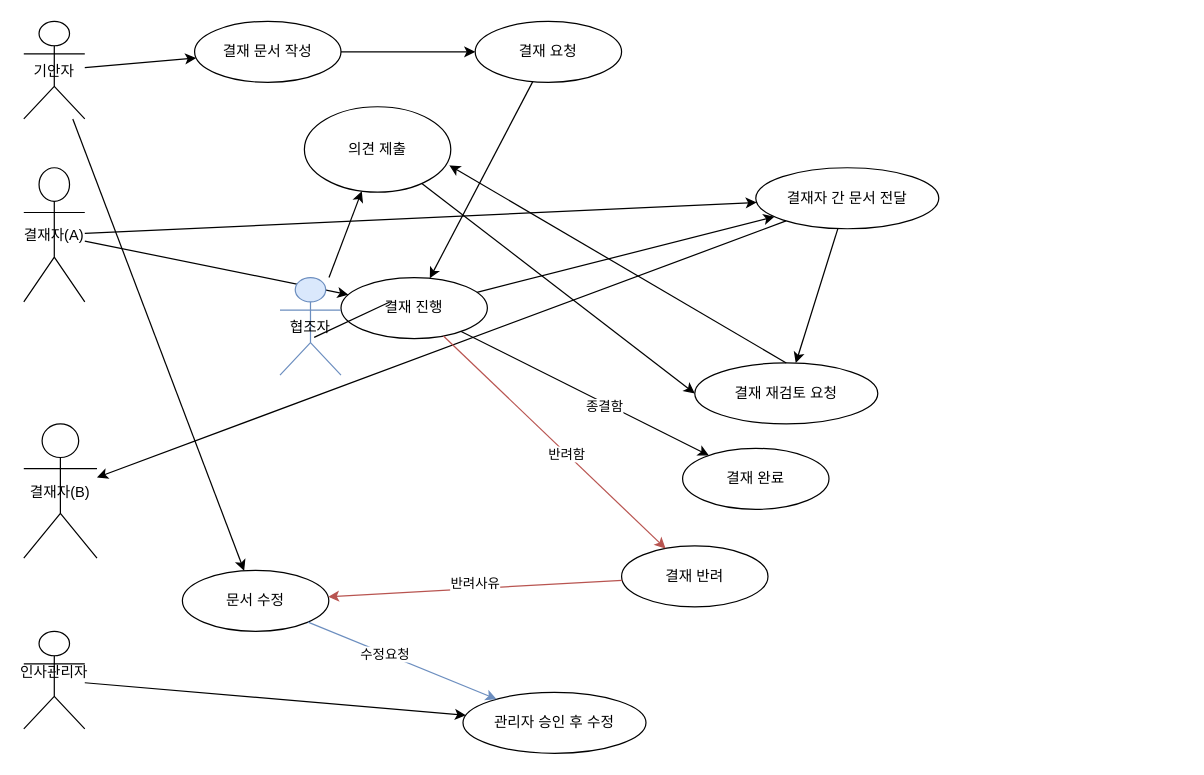
Before: document/다이어그램 결재함관리2.drawio in sunday1284/jsp_spring02, a draw.io diagram. Source tidied: cells renumbered, new cells numbered last; positions are measured from the earlier drawing's top-left corner, leaving out a move shared by most shapes. Both pictures are drawn from the tidied source at 122%, with x=0, y=0 at pixel (23, 21).
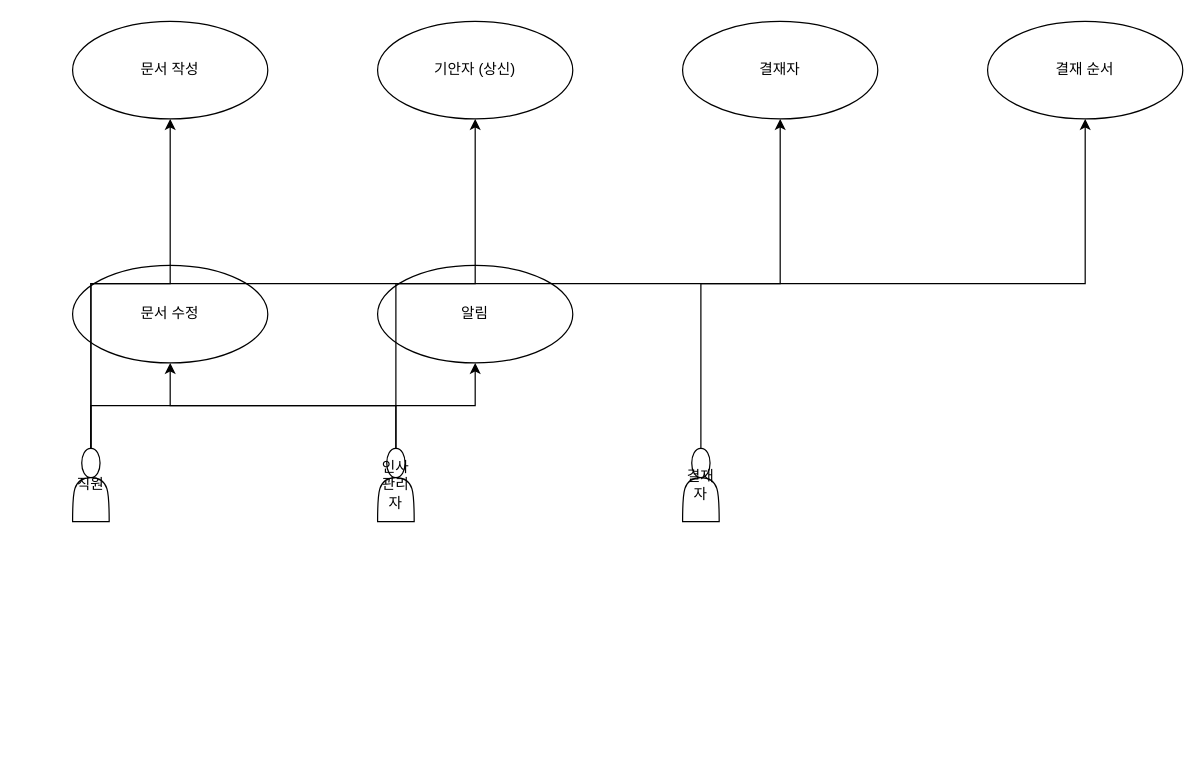
Above is the later version.

Commit message:
Update 다이어그램 결재함관리2.drawio

Change to the diagram source:
```diff
@@
-    <mxCell id="2" value="기안자" style="shape=umlActor;" parent="1" vertex="1">
-      <mxGeometry width="50" height="80" as="geometry" />
-    </mxCell>
-    <mxCell id="3" value="결재자(A)" style="shape=umlActor;" parent="1" vertex="1">
-      <mxGeometry y="120" width="50" height="110" as="geometry" />
-    </mxCell>
-    <mxCell id="4" value="결재자(B)" style="shape=umlActor;" parent="1" vertex="1">
-      <mxGeometry y="330" width="60" height="110" as="geometry" />
-    </mxCell>
+    <mxCell id="39" value="문서 작성" style="shape=ellipse;whiteSpace=wrap;html=1;" parent="1" vertex="1">
+      <mxGeometry x="40" width="160" height="80" as="geometry" />
+    </mxCell>
+    <mxCell id="40" value="기안자 (상신)" style="shape=ellipse;whiteSpace=wrap;html=1;" parent="1" vertex="1">
+      <mxGeometry x="290" width="160" height="80" as="geometry" />
+    </mxCell>
+    <mxCell id="41" value="결재자" style="shape=ellipse;whiteSpace=wrap;html=1;" parent="1" vertex="1">
+      <mxGeometry x="540" width="160" height="80" as="geometry" />
+    </mxCell>
+    <mxCell id="42" value="결재 순서" style="shape=ellipse;whiteSpace=wrap;html=1;" parent="1" vertex="1">
+      <mxGeometry x="790" width="160" height="80" as="geometry" />
+    </mxCell>
+    <mxCell id="25" value="문서 수정" style="shape=ellipse;whiteSpace=wrap;html=1;" parent="1" vertex="1">
+      <mxGeometry x="40" y="200" width="160" height="80" as="geometry" />
+    </mxCell>
+    <mxCell id="43" value="알림" style="shape=ellipse;whiteSpace=wrap;html=1;" parent="1" vertex="1">
+      <mxGeometry x="290" y="200" width="160" height="80" as="geometry" />
+    </mxCell>
+    <mxCell id="44" value="직원" style="shape=actor;whiteSpace=wrap;html=1;" parent="1" vertex="1">
+      <mxGeometry x="40" y="350" width="30" height="60" as="geometry" />
+    </mxCell>
-    <mxCell id="5" value="인사관리자&#10;" style="shape=umlActor;" parent="1" vertex="1">
-      <mxGeometry y="500" width="50" height="80" as="geometry" />
+    <mxCell id="5" value="인사관리자" style="shape=actor;whiteSpace=wrap;html=1;" parent="1" vertex="1">
+      <mxGeometry x="290" y="350" width="30" height="60" as="geometry" />
     </mxCell>
-    <mxCell id="6" value="결재 문서 작성" style="ellipse;whiteSpace=wrap;html=1;" parent="1" vertex="1">
-      <mxGeometry x="140" width="120" height="50" as="geometry" />
-    </mxCell>
-    <mxCell id="7" parent="1" edge="1" source="2" target="6">
-      <mxGeometry relative="1" as="geometry" />
-    </mxCell>
-    <mxCell id="8" value="결재 요청" style="ellipse;whiteSpace=wrap;html=1;" parent="1" vertex="1">
-      <mxGeometry x="370" width="120" height="50" as="geometry" />
-    </mxCell>
-    <mxCell id="9" parent="1" edge="1" source="6" target="8">
-      <mxGeometry relative="1" as="geometry" />
-    </mxCell>
-    <mxCell id="10" value="결재 진행" style="ellipse;whiteSpace=wrap;html=1;" parent="1" vertex="1">
-      <mxGeometry x="260" y="210" width="120" height="50" as="geometry" />
-    </mxCell>
-    <mxCell id="11" parent="1" edge="1" source="8" target="10">
-      <mxGeometry relative="1" as="geometry" />
-    </mxCell>
-    <mxCell id="12" parent="1" edge="1" source="3" target="10">
-      <mxGeometry relative="1" as="geometry" />
-    </mxCell>
-    <mxCell id="13" value="결재자 간 문서 전달" style="ellipse;whiteSpace=wrap;html=1;" parent="1" vertex="1">
-      <mxGeometry x="600" y="120" width="150" height="50" as="geometry" />
-    </mxCell>
-    <mxCell id="14" parent="1" edge="1" source="10" target="13">
-      <mxGeometry relative="1" as="geometry" />
-    </mxCell>
-    <mxCell id="15" parent="1" edge="1" source="3" target="13">
-      <mxGeometry relative="1" as="geometry" />
-    </mxCell>
-    <mxCell id="16" parent="1" edge="1" source="13" target="4">
-      <mxGeometry relative="1" as="geometry" />
-    </mxCell>
-    <mxCell id="17" value="결재 재검토 요청" style="ellipse;whiteSpace=wrap;html=1;" parent="1" vertex="1">
-      <mxGeometry x="550" y="280" width="150" height="50" as="geometry" />
-    </mxCell>
-    <mxCell id="18" parent="1" edge="1" source="13" target="17">
-      <mxGeometry relative="1" as="geometry" />
-    </mxCell>
-    <mxCell id="19" value="결재 완료" style="ellipse;whiteSpace=wrap;html=1;" parent="1" vertex="1">
-      <mxGeometry x="540" y="350" width="120" height="50" as="geometry" />
-    </mxCell>
-    <mxCell id="20" parent="1" edge="1" source="10" target="19">
-      <mxGeometry relative="1" as="geometry" />
-    </mxCell>
-    <mxCell id="21" value="종결함" style="edgeLabel;html=1;align=center;verticalAlign=middle;" parent="20" vertex="1">
-      <mxGeometry x="0.16" y="-2" relative="1" as="geometry" />
-    </mxCell>
-    <mxCell id="22" value="결재 반려" style="ellipse;whiteSpace=wrap;html=1;" parent="1" vertex="1">
-      <mxGeometry x="490" y="430" width="120" height="50" as="geometry" />
-    </mxCell>
-    <mxCell id="23" style="fillColor=#f8cecc;strokeColor=#b85450;" parent="1" edge="1" source="10" target="22">
-      <mxGeometry relative="1" as="geometry" />
-    </mxCell>
-    <mxCell id="24" value="반려함" style="edgeLabel;html=1;align=center;verticalAlign=middle;" parent="23" vertex="1">
-      <mxGeometry x="0.1" relative="1" as="geometry" />
-    </mxCell>
-    <mxCell id="25" value="문서 수정" style="ellipse;whiteSpace=wrap;html=1;" parent="1" vertex="1">
-      <mxGeometry x="130" y="450" width="120" height="50" as="geometry" />
-    </mxCell>
-    <mxCell id="26" parent="1" edge="1" source="2" target="25">
-      <mxGeometry relative="1" as="geometry" />
-    </mxCell>
-    <mxCell id="27" style="fillColor=#f8cecc;strokeColor=#b85450;" parent="1" edge="1" source="22" target="25">
-      <mxGeometry relative="1" as="geometry" />
-    </mxCell>
-    <mxCell id="28" value="반려사유" style="edgeLabel;html=1;align=center;verticalAlign=middle;" parent="27" vertex="1">
-      <mxGeometry x="0.03" y="5" relative="1" as="geometry">
-        <mxPoint x="3" y="-10" as="offset" />
-      </mxGeometry>
-    </mxCell>
-    <mxCell id="29" value="관리자 승인 후 수정" style="ellipse;whiteSpace=wrap;html=1;" parent="1" vertex="1">
-      <mxGeometry x="360" y="550" width="150" height="50" as="geometry" />
-    </mxCell>
-    <mxCell id="30" style="fillColor=#dae8fc;strokeColor=#6c8ebf;" parent="1" edge="1" source="25" target="29">
-      <mxGeometry relative="1" as="geometry" />
-    </mxCell>
-    <mxCell id="31" value="수정요청" style="edgeLabel;html=1;align=center;verticalAlign=middle;" parent="30" vertex="1">
-      <mxGeometry x="-0.19" relative="1" as="geometry" />
-    </mxCell>
-    <mxCell id="32" parent="1" edge="1" source="5" target="29">
-      <mxGeometry relative="1" as="geometry" />
-    </mxCell>
-    <mxCell id="33" value="협조자" style="shape=umlActor;fillColor=#dae8fc;strokeColor=#6c8ebf;" parent="1" vertex="1">
-      <mxGeometry x="210" y="210" width="50" height="80" as="geometry" />
-    </mxCell>
-    <mxCell id="34" value="의견 제출" style="ellipse;whiteSpace=wrap;html=1;" parent="1" vertex="1">
-      <mxGeometry x="230" y="70" width="120" height="70" as="geometry" />
-    </mxCell>
-    <mxCell id="35" style="endArrow=classic;html=1;rounded=0;exitX=0.5;exitY=0;exitDx=0;exitDy=0;entryX=0.99;entryY=0.686;entryDx=0;entryDy=0;entryPerimeter=0;" parent="1" edge="1" source="17" target="34">
-      <mxGeometry relative="1" as="geometry" />
-    </mxCell>
-    <mxCell id="36" style="endArrow=classic;html=1;rounded=0;" parent="1" edge="1" source="33" target="34">
-      <mxGeometry relative="1" as="geometry" />
-    </mxCell>
-    <mxCell id="37" style="endArrow=classic;html=1;rounded=0;entryX=0;entryY=0.5;entryDx=0;entryDy=0;" parent="1" edge="1" source="34" target="17">
-      <mxGeometry relative="1" as="geometry" />
-    </mxCell>
-    <mxCell id="38" style="endArrow=none;html=1;rounded=0;exitX=0.56;exitY=0.613;exitDx=0;exitDy=0;exitPerimeter=0;" parent="1" edge="1" source="33">
-      <mxGeometry relative="1" as="geometry">
-        <mxPoint x="300" y="230" as="targetPoint" />
-      </mxGeometry>
-    </mxCell>
+    <mxCell id="45" value="결재자" style="shape=actor;whiteSpace=wrap;html=1;" parent="1" vertex="1">
+      <mxGeometry x="540" y="350" width="30" height="60" as="geometry" />
+    </mxCell>
+    <mxCell id="46" style="edgeStyle=orthogonalEdgeStyle;rounded=0;html=1;exitX=0.5;exitY=0;exitPerimeter=0;entryX=0.5;entryY=1;entryPerimeter=0;" parent="1" edge="1" source="44" target="39">
+      <mxGeometry relative="1" as="geometry" />
+    </mxCell>
+    <mxCell id="47" style="edgeStyle=orthogonalEdgeStyle;rounded=0;html=1;exitX=0.5;exitY=0;exitPerimeter=0;entryX=0.5;entryY=1;entryPerimeter=0;" parent="1" edge="1" source="44" target="40">
+      <mxGeometry relative="1" as="geometry" />
+    </mxCell>
+    <mxCell id="48" style="edgeStyle=orthogonalEdgeStyle;rounded=0;html=1;exitX=0.5;exitY=0;exitPerimeter=0;entryX=0.5;entryY=1;entryPerimeter=0;" parent="1" edge="1" source="44" target="43">
+      <mxGeometry relative="1" as="geometry" />
+    </mxCell>
+    <mxCell id="49" style="edgeStyle=orthogonalEdgeStyle;rounded=0;html=1;exitX=0.5;exitY=0;exitPerimeter=0;entryX=0.5;entryY=1;entryPerimeter=0;" parent="1" edge="1" source="5" target="41">
+      <mxGeometry relative="1" as="geometry" />
+    </mxCell>
+    <mxCell id="50" style="edgeStyle=orthogonalEdgeStyle;rounded=0;html=1;exitX=0.5;exitY=0;exitPerimeter=0;entryX=0.5;entryY=1;entryPerimeter=0;" parent="1" edge="1" source="5" target="25">
+      <mxGeometry relative="1" as="geometry" />
+    </mxCell>
+    <mxCell id="51" style="edgeStyle=orthogonalEdgeStyle;rounded=0;html=1;exitX=0.5;exitY=0;exitPerimeter=0;entryX=0.5;entryY=1;entryPerimeter=0;" parent="1" edge="1" source="45" target="42">
+      <mxGeometry relative="1" as="geometry" />
+    </mxCell>
```
